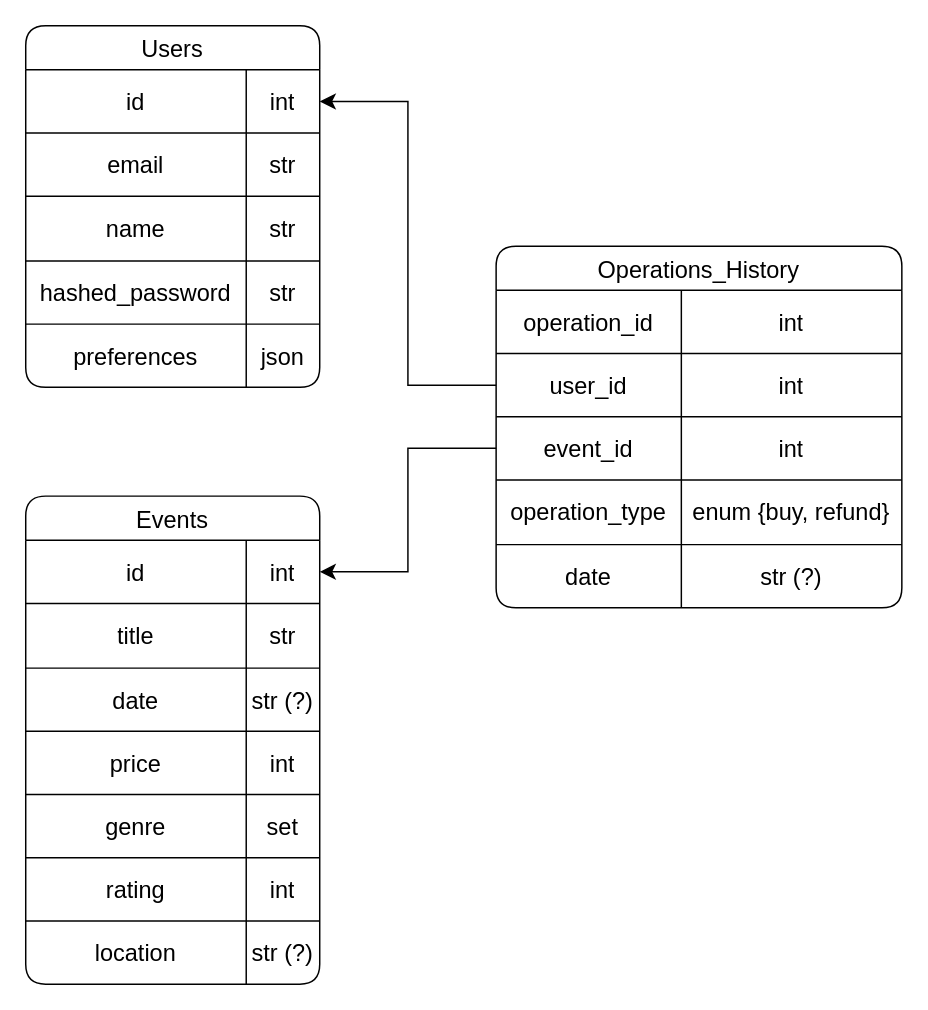
This is db_scheme/diagram.drawio from dkutugin3/TootEvent, a draw.io file, before an edit. Source tidied: cells renumbered, new cells numbered last; positions are measured from the earlier drawing's top-left corner, leaving out a move shared by most shapes. Both pictures are drawn from the tidied source at 147%, with x=0, y=0 at pixel (25, 25).
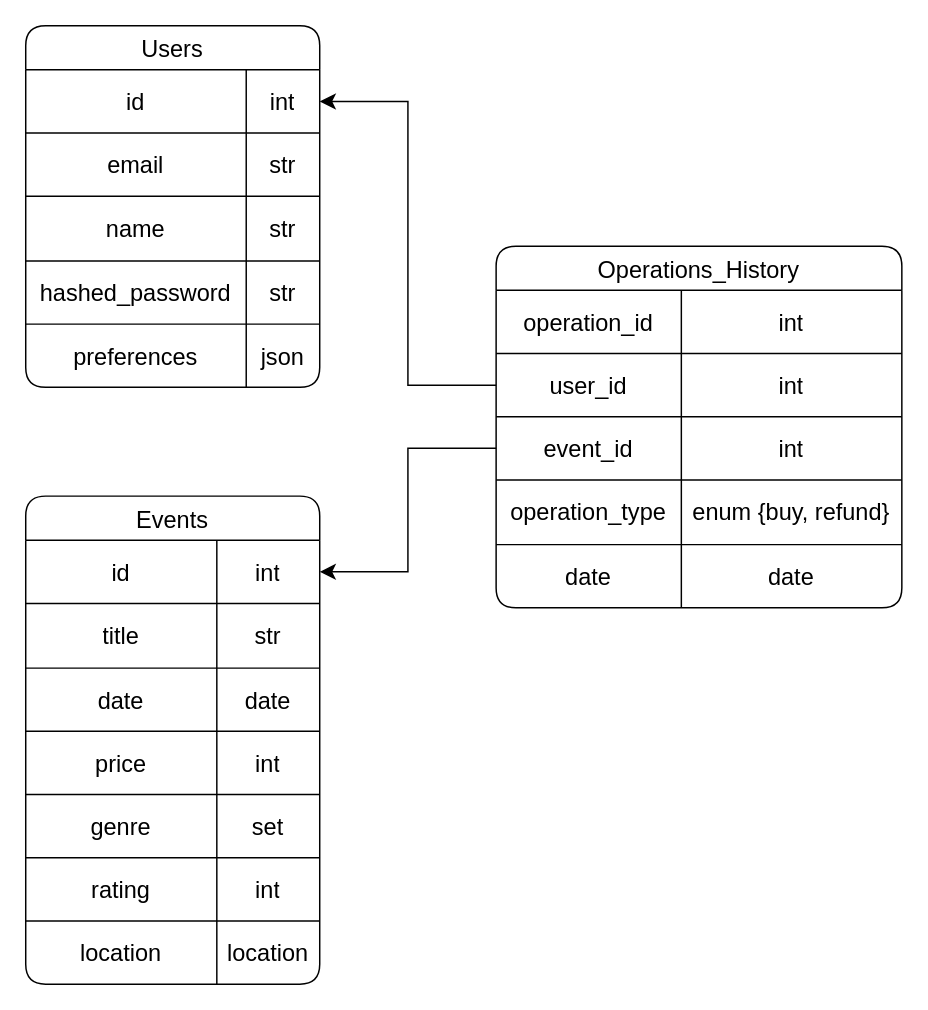
Above is the later version.

Commit message (it also covers changes not shown here):
Исправил ТД для полей date и location

The change refers to these unchanged cells:
```xml
<mxCell id="19" style="shape=tableRow;horizontal=0;startSize=0;swimlaneHead=0;swimlaneBody=0;strokeColor=inherit;top=0;left=0;bottom=0;right=0;fillColor=none;points=[[0,0.5],[1,0.5]];portConstraint=eastwest;fontSize=16;" parent="18" vertex="1">
  <mxGeometry y="30" width="200" height="43" as="geometry" />
</mxCell>
<mxCell id="22" style="shape=tableRow;horizontal=0;startSize=0;swimlaneHead=0;swimlaneBody=0;strokeColor=inherit;top=0;left=0;bottom=0;right=0;fillColor=none;fontSize=16;" parent="18" vertex="1">
  <mxGeometry y="73" width="200" height="44" as="geometry" />
</mxCell>
<mxCell id="25" style="shape=tableRow;horizontal=0;startSize=0;swimlaneHead=0;swimlaneBody=0;strokeColor=inherit;top=0;left=0;bottom=0;right=0;fillColor=none;fontSize=16;" parent="18" vertex="1">
  <mxGeometry y="117" width="200" height="43" as="geometry" />
</mxCell>
<mxCell id="28" style="shape=tableRow;horizontal=0;startSize=0;swimlaneHead=0;swimlaneBody=0;strokeColor=inherit;top=0;left=0;bottom=0;right=0;fillColor=none;fontSize=16;" parent="18" vertex="1">
  <mxGeometry y="160" width="200" height="43" as="geometry" />
</mxCell>
<mxCell id="31" style="shape=tableRow;horizontal=0;startSize=0;swimlaneHead=0;swimlaneBody=0;strokeColor=inherit;top=0;left=0;bottom=0;right=0;fillColor=none;fontSize=16;" parent="18" vertex="1">
  <mxGeometry y="203" width="200" height="43" as="geometry" />
</mxCell>
<mxCell id="34" style="shape=tableRow;horizontal=0;startSize=0;swimlaneHead=0;swimlaneBody=0;strokeColor=inherit;top=0;left=0;bottom=0;right=0;fillColor=none;fontSize=16;" parent="18" vertex="1">
  <mxGeometry y="246" width="200" height="43" as="geometry" />
</mxCell>
<mxCell id="37" style="shape=tableRow;horizontal=0;startSize=0;swimlaneHead=0;swimlaneBody=0;strokeColor=inherit;top=0;left=0;bottom=0;right=0;fillColor=none;fontSize=16;" parent="18" vertex="1">
  <mxGeometry y="289" width="200" height="43" as="geometry" />
</mxCell>
<mxCell id="53" style="shape=tableRow;horizontal=0;startSize=0;swimlaneHead=0;swimlaneBody=0;strokeColor=inherit;top=0;left=0;bottom=0;right=0;fillColor=none;fontSize=16;" parent="40" vertex="1">
  <mxGeometry y="203" width="276" height="43" as="geometry" />
</mxCell>
```

The edit, as a diff of the source:
```diff
@@
     <mxCell id="20" value="id" style="shape=partialRectangle;html=1;whiteSpace=wrap;strokeColor=inherit;overflow=hidden;fillColor=none;top=0;left=0;bottom=0;right=0;fontSize=16;" parent="19" vertex="1">
-      <mxGeometry width="150" height="43" as="geometry" />
+      <mxGeometry width="130" height="43" as="geometry" />
     </mxCell>
     <mxCell id="21" value="int" style="shape=partialRectangle;html=1;whiteSpace=wrap;strokeColor=inherit;overflow=hidden;fillColor=none;top=0;left=0;bottom=0;right=0;fontSize=16;align=center;" parent="19" vertex="1">
-      <mxGeometry x="150" width="50" height="43" as="geometry" />
+      <mxGeometry x="130" width="70" height="43" as="geometry" />
     </mxCell>
@@
     <mxCell id="23" value="title" style="shape=partialRectangle;html=1;whiteSpace=wrap;strokeColor=inherit;overflow=hidden;fillColor=none;top=0;left=0;bottom=0;right=0;fontSize=16;" parent="22" vertex="1">
-      <mxGeometry width="150" height="44" as="geometry" />
+      <mxGeometry width="130" height="44" as="geometry" />
     </mxCell>
     <mxCell id="24" value="str" style="shape=partialRectangle;html=1;whiteSpace=wrap;strokeColor=inherit;overflow=hidden;fillColor=none;top=0;left=0;bottom=0;right=0;fontSize=16;align=center;" parent="22" vertex="1">
-      <mxGeometry x="150" width="50" height="44" as="geometry" />
+      <mxGeometry x="130" width="70" height="44" as="geometry" />
     </mxCell>
@@
     <mxCell id="26" value="date" style="shape=partialRectangle;html=1;whiteSpace=wrap;strokeColor=inherit;overflow=hidden;fillColor=none;top=0;left=0;bottom=0;right=0;fontSize=16;" parent="25" vertex="1">
-      <mxGeometry width="150" height="43" as="geometry" />
+      <mxGeometry width="130" height="43" as="geometry" />
     </mxCell>
-    <mxCell id="27" value="str (?)" style="shape=partialRectangle;html=1;whiteSpace=wrap;strokeColor=inherit;overflow=hidden;fillColor=none;top=0;left=0;bottom=0;right=0;fontSize=16;align=center;" parent="25" vertex="1">
-      <mxGeometry x="150" width="50" height="43" as="geometry" />
+    <mxCell id="27" value="date" style="shape=partialRectangle;html=1;whiteSpace=wrap;strokeColor=inherit;overflow=hidden;fillColor=none;top=0;left=0;bottom=0;right=0;fontSize=16;align=center;" parent="25" vertex="1">
+      <mxGeometry x="130" width="70" height="43" as="geometry" />
     </mxCell>
@@
     <mxCell id="29" value="price" style="shape=partialRectangle;html=1;whiteSpace=wrap;strokeColor=inherit;overflow=hidden;fillColor=none;top=0;left=0;bottom=0;right=0;fontSize=16;" parent="28" vertex="1">
-      <mxGeometry width="150" height="43" as="geometry" />
+      <mxGeometry width="130" height="43" as="geometry" />
     </mxCell>
     <mxCell id="30" value="int" style="shape=partialRectangle;html=1;whiteSpace=wrap;strokeColor=inherit;overflow=hidden;fillColor=none;top=0;left=0;bottom=0;right=0;fontSize=16;align=center;" parent="28" vertex="1">
-      <mxGeometry x="150" width="50" height="43" as="geometry" />
+      <mxGeometry x="130" width="70" height="43" as="geometry" />
     </mxCell>
@@
     <mxCell id="32" value="genre" style="shape=partialRectangle;html=1;whiteSpace=wrap;strokeColor=inherit;overflow=hidden;fillColor=none;top=0;left=0;bottom=0;right=0;fontSize=16;" parent="31" vertex="1">
-      <mxGeometry width="150" height="43" as="geometry" />
+      <mxGeometry width="130" height="43" as="geometry" />
     </mxCell>
     <mxCell id="33" value="set" style="shape=partialRectangle;html=1;whiteSpace=wrap;strokeColor=inherit;overflow=hidden;fillColor=none;top=0;left=0;bottom=0;right=0;fontSize=16;align=center;" parent="31" vertex="1">
-      <mxGeometry x="150" width="50" height="43" as="geometry" />
+      <mxGeometry x="130" width="70" height="43" as="geometry" />
     </mxCell>
@@
     <mxCell id="35" value="rating" style="shape=partialRectangle;html=1;whiteSpace=wrap;strokeColor=inherit;overflow=hidden;fillColor=none;top=0;left=0;bottom=0;right=0;fontSize=16;" parent="34" vertex="1">
-      <mxGeometry width="150" height="43" as="geometry" />
+      <mxGeometry width="130" height="43" as="geometry" />
     </mxCell>
     <mxCell id="36" value="int" style="shape=partialRectangle;html=1;whiteSpace=wrap;strokeColor=inherit;overflow=hidden;fillColor=none;top=0;left=0;bottom=0;right=0;fontSize=16;align=center;" parent="34" vertex="1">
-      <mxGeometry x="150" width="50" height="43" as="geometry" />
+      <mxGeometry x="130" width="70" height="43" as="geometry" />
     </mxCell>
@@
     <mxCell id="38" value="location" style="shape=partialRectangle;html=1;whiteSpace=wrap;strokeColor=inherit;overflow=hidden;fillColor=none;top=0;left=0;bottom=0;right=0;fontSize=16;" parent="37" vertex="1">
-      <mxGeometry width="150" height="43" as="geometry" />
+      <mxGeometry width="130" height="43" as="geometry" />
     </mxCell>
-    <mxCell id="39" value="str (?)" style="shape=partialRectangle;html=1;whiteSpace=wrap;strokeColor=inherit;overflow=hidden;fillColor=none;top=0;left=0;bottom=0;right=0;fontSize=16;align=center;" parent="37" vertex="1">
-      <mxGeometry x="150" width="50" height="43" as="geometry" />
+    <mxCell id="39" value="location" style="shape=partialRectangle;html=1;whiteSpace=wrap;strokeColor=inherit;overflow=hidden;fillColor=none;top=0;left=0;bottom=0;right=0;fontSize=16;align=center;" parent="37" vertex="1">
+      <mxGeometry x="130" width="70" height="43" as="geometry" />
     </mxCell>
@@
-    <mxCell id="55" value="str (?)" style="shape=partialRectangle;html=1;whiteSpace=wrap;strokeColor=inherit;overflow=hidden;fillColor=none;top=0;left=0;bottom=0;right=0;fontSize=16;align=center;" parent="53" vertex="1">
+    <mxCell id="55" value="date" style="shape=partialRectangle;html=1;whiteSpace=wrap;strokeColor=inherit;overflow=hidden;fillColor=none;top=0;left=0;bottom=0;right=0;fontSize=16;align=center;" parent="53" vertex="1">
       <mxGeometry x="126" width="150" height="43" as="geometry" />
     </mxCell>
```
